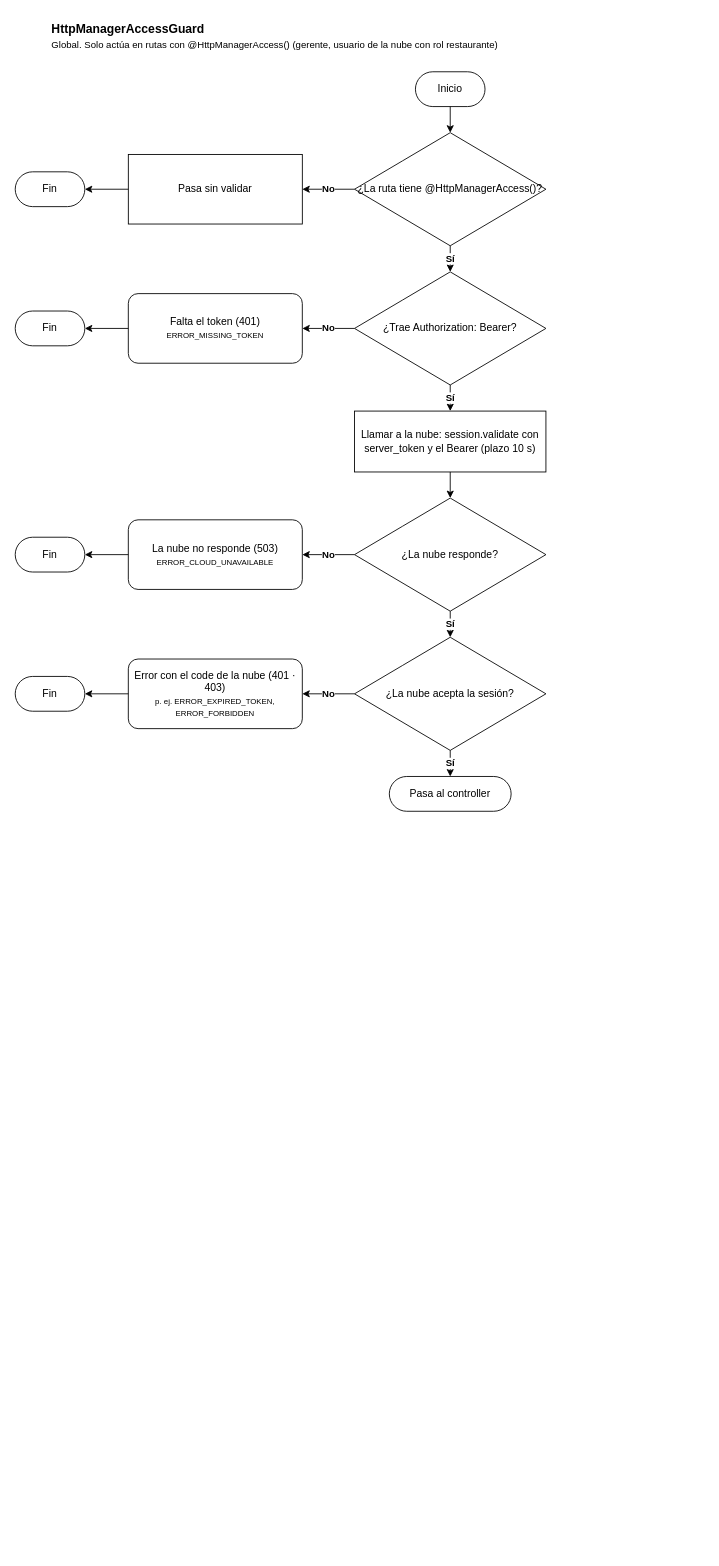
The draw.io diagram documents/diagrams/workflows/common/local/manager-access-guard.drawio in Andry510/miyabi-restaurant-server, before the edit. Source tidied: cells renumbered, new cells numbered last; positions are measured from the earlier drawing's top-left corner, leaving out a move shared by most shapes. Both pictures are drawn from the tidied source at 87%, with x=0, y=0 at pixel (15, 15).
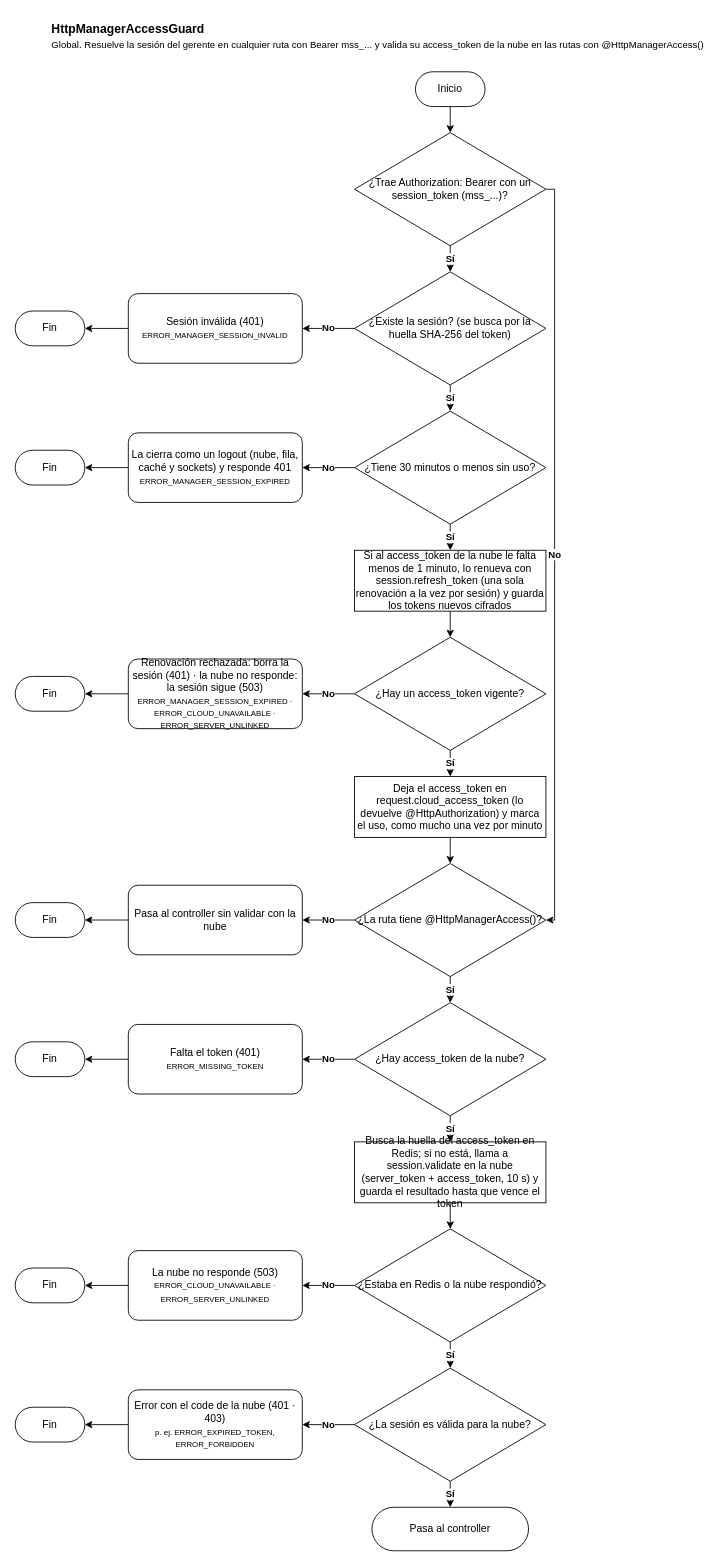
The same diagram, later.

Diff of the diagram source:
```diff
@@
-    <mxCell id="2" value="HttpManagerAccessGuard&lt;br&gt;&lt;span style=&quot;font-size: 11px; font-weight: normal;&quot;&gt;Global. Solo actúa en rutas con @HttpManagerAccess() (gerente, usuario de la nube con rol restaurante)&lt;/span&gt;" style="text;html=1;align=left;verticalAlign=middle;fontStyle=1;fontSize=14;" parent="1" vertex="1">
+    <mxCell id="2" value="HttpManagerAccessGuard&lt;br&gt;&lt;span style=&quot;font-size: 11px; font-weight: normal;&quot;&gt;Global. Resuelve la sesión del gerente en cualquier ruta con Bearer mss_... y valida su access_token de la nube en las rutas con @HttpManagerAccess()&lt;/span&gt;" style="text;html=1;align=left;verticalAlign=middle;fontStyle=1;fontSize=14;" parent="1" vertex="1">
       <mxGeometry x="40" width="680" height="48" as="geometry" />
     </mxCell>
@@
-    <mxCell id="4" value="¿La ruta tiene @HttpManagerAccess()?" style="rhombus;whiteSpace=wrap;html=1;rounded=1;arcSize=0;" parent="1" vertex="1">
+    <mxCell id="4" value="¿Trae Authorization: Bearer con un session_token (mss_...)?" style="rhombus;whiteSpace=wrap;html=1;rounded=1;arcSize=0;" parent="1" vertex="1">
       <mxGeometry x="390" y="135" width="220" height="130" as="geometry" />
     </mxCell>
@@
-    <mxCell id="6" value="Pasa sin validar" style="rounded=0;whiteSpace=wrap;html=1;arcSize=14;" parent="1" vertex="1">
-      <mxGeometry x="130" y="160" width="200" height="80" as="geometry" />
+    <mxCell id="6" value="¿Existe la sesión? (se busca por la huella SHA-256 del token)" style="rhombus;whiteSpace=wrap;html=1;rounded=1;arcSize=0;" parent="1" vertex="1">
+      <mxGeometry x="390" y="295" width="220" height="130" as="geometry" />
     </mxCell>
-    <mxCell id="7" value="Fin" style="rounded=1;whiteSpace=wrap;html=1;arcSize=50;" parent="1" vertex="1">
-      <mxGeometry y="180" width="80" height="40" as="geometry" />
+    <mxCell id="7" value="Sí" style="edgeStyle=orthogonalEdgeStyle;rounded=0;html=1;fontStyle=1;" parent="1" edge="1" source="4" target="6">
+      <mxGeometry relative="1" as="geometry" />
     </mxCell>
-    <mxCell id="8" value="No" style="edgeStyle=orthogonalEdgeStyle;rounded=0;html=1;fontStyle=1;exitX=0;exitY=0.5;entryX=1;entryY=0.5;" parent="1" edge="1" source="4" target="6">
-      <mxGeometry relative="1" as="geometry" />
+    <mxCell id="8" value="Sesión inválida (401)&lt;br&gt;&lt;font style=&quot;font-size: 9px;&quot;&gt;ERROR_MANAGER_SESSION_INVALID&lt;/font&gt;" style="rounded=1;whiteSpace=wrap;html=1;arcSize=14;" parent="1" vertex="1">
+      <mxGeometry x="130" y="320" width="200" height="80" as="geometry" />
     </mxCell>
-    <mxCell id="9" style="edgeStyle=orthogonalEdgeStyle;rounded=0;html=1;" parent="1" edge="1" source="6" target="7">
-      <mxGeometry relative="1" as="geometry" />
+    <mxCell id="9" value="Fin" style="rounded=1;whiteSpace=wrap;html=1;arcSize=50;" parent="1" vertex="1">
+      <mxGeometry y="340" width="80" height="40" as="geometry" />
     </mxCell>
-    <mxCell id="10" value="¿Trae Authorization: Bearer?" style="rhombus;whiteSpace=wrap;html=1;rounded=1;arcSize=0;" parent="1" vertex="1">
-      <mxGeometry x="390" y="295" width="220" height="130" as="geometry" />
+    <mxCell id="10" value="No" style="edgeStyle=orthogonalEdgeStyle;rounded=0;html=1;fontStyle=1;exitX=0;exitY=0.5;entryX=1;entryY=0.5;" parent="1" edge="1" source="6" target="8">
+      <mxGeometry relative="1" as="geometry" />
     </mxCell>
-    <mxCell id="11" value="Sí" style="edgeStyle=orthogonalEdgeStyle;rounded=0;html=1;fontStyle=1;" parent="1" edge="1" source="4" target="10">
+    <mxCell id="11" style="edgeStyle=orthogonalEdgeStyle;rounded=0;html=1;" parent="1" edge="1" source="8" target="9">
       <mxGeometry relative="1" as="geometry" />
     </mxCell>
-    <mxCell id="12" value="Falta el token (401)&lt;br&gt;&lt;font style=&quot;font-size: 9px;&quot;&gt;ERROR_MISSING_TOKEN&lt;/font&gt;" style="rounded=1;whiteSpace=wrap;html=1;arcSize=14;" parent="1" vertex="1">
-      <mxGeometry x="130" y="320" width="200" height="80" as="geometry" />
+    <mxCell id="12" value="¿Tiene 30 minutos o menos sin uso?" style="rhombus;whiteSpace=wrap;html=1;rounded=1;arcSize=0;" parent="1" vertex="1">
+      <mxGeometry x="390" y="455" width="220" height="130" as="geometry" />
     </mxCell>
-    <mxCell id="13" value="Fin" style="rounded=1;whiteSpace=wrap;html=1;arcSize=50;" parent="1" vertex="1">
-      <mxGeometry y="340" width="80" height="40" as="geometry" />
+    <mxCell id="13" value="Sí" style="edgeStyle=orthogonalEdgeStyle;rounded=0;html=1;fontStyle=1;" parent="1" edge="1" source="6" target="12">
+      <mxGeometry relative="1" as="geometry" />
     </mxCell>
-    <mxCell id="14" value="No" style="edgeStyle=orthogonalEdgeStyle;rounded=0;html=1;fontStyle=1;exitX=0;exitY=0.5;entryX=1;entryY=0.5;" parent="1" edge="1" source="10" target="12">
-      <mxGeometry relative="1" as="geometry" />
+    <mxCell id="14" value="La cierra como un logout (nube, fila, caché y sockets) y responde 401&lt;br&gt;&lt;font style=&quot;font-size: 9px;&quot;&gt;ERROR_MANAGER_SESSION_EXPIRED&lt;/font&gt;" style="rounded=1;whiteSpace=wrap;html=1;arcSize=14;" parent="1" vertex="1">
+      <mxGeometry x="130" y="480" width="200" height="80" as="geometry" />
     </mxCell>
-    <mxCell id="15" style="edgeStyle=orthogonalEdgeStyle;rounded=0;html=1;" parent="1" edge="1" source="12" target="13">
-      <mxGeometry relative="1" as="geometry" />
+    <mxCell id="15" value="Fin" style="rounded=1;whiteSpace=wrap;html=1;arcSize=50;" parent="1" vertex="1">
+      <mxGeometry y="500" width="80" height="40" as="geometry" />
     </mxCell>
-    <mxCell id="16" value="Llamar a la nube: session.validate con server_token y el Bearer (plazo 10 s)" style="rounded=0;whiteSpace=wrap;html=1;" parent="1" vertex="1">
-      <mxGeometry x="390" y="455" width="220" height="70" as="geometry" />
+    <mxCell id="16" value="No" style="edgeStyle=orthogonalEdgeStyle;rounded=0;html=1;fontStyle=1;exitX=0;exitY=0.5;entryX=1;entryY=0.5;" parent="1" edge="1" source="12" target="14">
+      <mxGeometry relative="1" as="geometry" />
     </mxCell>
-    <mxCell id="17" value="Sí" style="edgeStyle=orthogonalEdgeStyle;rounded=0;html=1;fontStyle=1;" parent="1" edge="1" source="10" target="16">
+    <mxCell id="17" style="edgeStyle=orthogonalEdgeStyle;rounded=0;html=1;" parent="1" edge="1" source="14" target="15">
       <mxGeometry relative="1" as="geometry" />
     </mxCell>
-    <mxCell id="18" value="¿La nube responde?" style="rhombus;whiteSpace=wrap;html=1;rounded=1;arcSize=0;" parent="1" vertex="1">
-      <mxGeometry x="390" y="555" width="220" height="130" as="geometry" />
+    <mxCell id="18" value="Si al access_token de la nube le falta menos de 1 minuto, lo renueva con session.refresh_token (una sola renovación a la vez por sesión) y guarda los tokens nuevos cifrados" style="rounded=0;whiteSpace=wrap;html=1;" parent="1" vertex="1">
+      <mxGeometry x="390" y="615" width="220" height="70" as="geometry" />
     </mxCell>
-    <mxCell id="19" style="edgeStyle=orthogonalEdgeStyle;rounded=0;html=1;fontStyle=1;" parent="1" edge="1" source="16" target="18">
+    <mxCell id="19" value="Sí" style="edgeStyle=orthogonalEdgeStyle;rounded=0;html=1;fontStyle=1;" parent="1" edge="1" source="12" target="18">
       <mxGeometry relative="1" as="geometry" />
     </mxCell>
-    <mxCell id="20" value="La nube no responde (503)&lt;br&gt;&lt;font style=&quot;font-size: 9px;&quot;&gt;ERROR_CLOUD_UNAVAILABLE&lt;/font&gt;" style="rounded=1;whiteSpace=wrap;html=1;arcSize=14;" parent="1" vertex="1">
-      <mxGeometry x="130" y="580" width="200" height="80" as="geometry" />
+    <mxCell id="20" value="¿Hay un access_token vigente?" style="rhombus;whiteSpace=wrap;html=1;rounded=1;arcSize=0;" parent="1" vertex="1">
+      <mxGeometry x="390" y="715" width="220" height="130" as="geometry" />
     </mxCell>
-    <mxCell id="21" value="Fin" style="rounded=1;whiteSpace=wrap;html=1;arcSize=50;" parent="1" vertex="1">
-      <mxGeometry y="600" width="80" height="40" as="geometry" />
+    <mxCell id="21" style="edgeStyle=orthogonalEdgeStyle;rounded=0;html=1;fontStyle=1;" parent="1" edge="1" source="18" target="20">
+      <mxGeometry relative="1" as="geometry" />
     </mxCell>
-    <mxCell id="22" value="No" style="edgeStyle=orthogonalEdgeStyle;rounded=0;html=1;fontStyle=1;exitX=0;exitY=0.5;entryX=1;entryY=0.5;" parent="1" edge="1" source="18" target="20">
-      <mxGeometry relative="1" as="geometry" />
+    <mxCell id="22" value="Renovación rechazada: borra la sesión (401) · la nube no responde: la sesión sigue (503)&lt;br&gt;&lt;font style=&quot;font-size: 9px;&quot;&gt;ERROR_MANAGER_SESSION_EXPIRED · ERROR_CLOUD_UNAVAILABLE · ERROR_SERVER_UNLINKED&lt;/font&gt;" style="rounded=1;whiteSpace=wrap;html=1;arcSize=14;" parent="1" vertex="1">
+      <mxGeometry x="130" y="740" width="200" height="80" as="geometry" />
     </mxCell>
-    <mxCell id="23" style="edgeStyle=orthogonalEdgeStyle;rounded=0;html=1;" parent="1" edge="1" source="20" target="21">
-      <mxGeometry relative="1" as="geometry" />
+    <mxCell id="23" value="Fin" style="rounded=1;whiteSpace=wrap;html=1;arcSize=50;" parent="1" vertex="1">
+      <mxGeometry y="760" width="80" height="40" as="geometry" />
     </mxCell>
-    <mxCell id="24" value="¿La nube acepta la sesión?" style="rhombus;whiteSpace=wrap;html=1;rounded=1;arcSize=0;" parent="1" vertex="1">
-      <mxGeometry x="390" y="715" width="220" height="130" as="geometry" />
+    <mxCell id="24" value="No" style="edgeStyle=orthogonalEdgeStyle;rounded=0;html=1;fontStyle=1;exitX=0;exitY=0.5;entryX=1;entryY=0.5;" parent="1" edge="1" source="20" target="22">
+      <mxGeometry relative="1" as="geometry" />
     </mxCell>
-    <mxCell id="25" value="Sí" style="edgeStyle=orthogonalEdgeStyle;rounded=0;html=1;fontStyle=1;" parent="1" edge="1" source="18" target="24">
+    <mxCell id="25" style="edgeStyle=orthogonalEdgeStyle;rounded=0;html=1;" parent="1" edge="1" source="22" target="23">
       <mxGeometry relative="1" as="geometry" />
     </mxCell>
-    <mxCell id="26" value="Error con el code de la nube (401 · 403)&lt;br&gt;&lt;font style=&quot;font-size: 9px;&quot;&gt;p. ej. ERROR_EXPIRED_TOKEN, ERROR_FORBIDDEN&lt;/font&gt;" style="rounded=1;whiteSpace=wrap;html=1;arcSize=14;" parent="1" vertex="1">
-      <mxGeometry x="130" y="740" width="200" height="80" as="geometry" />
+    <mxCell id="26" value="Deja el access_token en request.cloud_access_token (lo devuelve @HttpAuthorization) y marca el uso, como mucho una vez por minuto" style="rounded=0;whiteSpace=wrap;html=1;" parent="1" vertex="1">
+      <mxGeometry x="390" y="875" width="220" height="70" as="geometry" />
     </mxCell>
-    <mxCell id="27" value="Fin" style="rounded=1;whiteSpace=wrap;html=1;arcSize=50;" parent="1" vertex="1">
-      <mxGeometry y="760" width="80" height="40" as="geometry" />
+    <mxCell id="27" value="Sí" style="edgeStyle=orthogonalEdgeStyle;rounded=0;html=1;fontStyle=1;" parent="1" edge="1" source="20" target="26">
+      <mxGeometry relative="1" as="geometry" />
     </mxCell>
-    <mxCell id="28" value="No" style="edgeStyle=orthogonalEdgeStyle;rounded=0;html=1;fontStyle=1;exitX=0;exitY=0.5;entryX=1;entryY=0.5;" parent="1" edge="1" source="24" target="26">
-      <mxGeometry relative="1" as="geometry" />
+    <mxCell id="28" value="¿La ruta tiene @HttpManagerAccess()?" style="rhombus;whiteSpace=wrap;html=1;rounded=1;arcSize=0;" parent="1" vertex="1">
+      <mxGeometry x="390" y="975" width="220" height="130" as="geometry" />
     </mxCell>
-    <mxCell id="29" style="edgeStyle=orthogonalEdgeStyle;rounded=0;html=1;" parent="1" edge="1" source="26" target="27">
+    <mxCell id="29" style="edgeStyle=orthogonalEdgeStyle;rounded=0;html=1;fontStyle=1;" parent="1" edge="1" source="26" target="28">
       <mxGeometry relative="1" as="geometry" />
     </mxCell>
-    <mxCell id="30" value="Pasa al controller" style="rounded=1;whiteSpace=wrap;html=1;arcSize=50;" parent="1" vertex="1">
-      <mxGeometry x="430" y="875" width="140" height="40" as="geometry" />
+    <mxCell id="30" value="Pasa al controller sin validar con la nube" style="rounded=1;whiteSpace=wrap;html=1;arcSize=14;" parent="1" vertex="1">
+      <mxGeometry x="130" y="1000" width="200" height="80" as="geometry" />
     </mxCell>
-    <mxCell id="31" value="Sí" style="edgeStyle=orthogonalEdgeStyle;rounded=0;html=1;fontStyle=1;" parent="1" edge="1" source="24" target="30">
-      <mxGeometry relative="1" as="geometry" />
+    <mxCell id="31" value="Fin" style="rounded=1;whiteSpace=wrap;html=1;arcSize=50;" parent="1" vertex="1">
+      <mxGeometry y="1020" width="80" height="40" as="geometry" />
     </mxCell>
+    <mxCell id="32" value="No" style="edgeStyle=orthogonalEdgeStyle;rounded=0;html=1;fontStyle=1;exitX=0;exitY=0.5;entryX=1;entryY=0.5;" parent="1" edge="1" source="28" target="30">
+      <mxGeometry relative="1" as="geometry" />
+    </mxCell>
+    <mxCell id="33" style="edgeStyle=orthogonalEdgeStyle;rounded=0;html=1;" parent="1" edge="1" source="30" target="31">
+      <mxGeometry relative="1" as="geometry" />
+    </mxCell>
+    <mxCell id="34" value="¿Hay access_token de la nube?" style="rhombus;whiteSpace=wrap;html=1;rounded=1;arcSize=0;" parent="1" vertex="1">
+      <mxGeometry x="390" y="1135" width="220" height="130" as="geometry" />
+    </mxCell>
+    <mxCell id="35" value="Sí" style="edgeStyle=orthogonalEdgeStyle;rounded=0;html=1;fontStyle=1;" parent="1" edge="1" source="28" target="34">
+      <mxGeometry relative="1" as="geometry" />
+    </mxCell>
+    <mxCell id="36" value="Falta el token (401)&lt;br&gt;&lt;font style=&quot;font-size: 9px;&quot;&gt;ERROR_MISSING_TOKEN&lt;/font&gt;" style="rounded=1;whiteSpace=wrap;html=1;arcSize=14;" parent="1" vertex="1">
+      <mxGeometry x="130" y="1160" width="200" height="80" as="geometry" />
+    </mxCell>
+    <mxCell id="37" value="Fin" style="rounded=1;whiteSpace=wrap;html=1;arcSize=50;" parent="1" vertex="1">
+      <mxGeometry y="1180" width="80" height="40" as="geometry" />
+    </mxCell>
+    <mxCell id="38" value="No" style="edgeStyle=orthogonalEdgeStyle;rounded=0;html=1;fontStyle=1;exitX=0;exitY=0.5;entryX=1;entryY=0.5;" parent="1" edge="1" source="34" target="36">
+      <mxGeometry relative="1" as="geometry" />
+    </mxCell>
+    <mxCell id="39" style="edgeStyle=orthogonalEdgeStyle;rounded=0;html=1;" parent="1" edge="1" source="36" target="37">
+      <mxGeometry relative="1" as="geometry" />
+    </mxCell>
+    <mxCell id="40" value="Busca la huella del access_token en Redis; si no está, llama a session.validate en la nube (server_token + access_token, 10 s) y guarda el resultado hasta que vence el token" style="rounded=0;whiteSpace=wrap;html=1;" parent="1" vertex="1">
+      <mxGeometry x="390" y="1295" width="220" height="70" as="geometry" />
+    </mxCell>
+    <mxCell id="41" value="Sí" style="edgeStyle=orthogonalEdgeStyle;rounded=0;html=1;fontStyle=1;" parent="1" edge="1" source="34" target="40">
+      <mxGeometry relative="1" as="geometry" />
+    </mxCell>
+    <mxCell id="42" value="¿Estaba en Redis o la nube respondió?" style="rhombus;whiteSpace=wrap;html=1;rounded=1;arcSize=0;" parent="1" vertex="1">
+      <mxGeometry x="390" y="1395" width="220" height="130" as="geometry" />
+    </mxCell>
+    <mxCell id="43" style="edgeStyle=orthogonalEdgeStyle;rounded=0;html=1;fontStyle=1;" parent="1" edge="1" source="40" target="42">
+      <mxGeometry relative="1" as="geometry" />
+    </mxCell>
+    <mxCell id="44" value="La nube no responde (503)&lt;br&gt;&lt;font style=&quot;font-size: 9px;&quot;&gt;ERROR_CLOUD_UNAVAILABLE · ERROR_SERVER_UNLINKED&lt;/font&gt;" style="rounded=1;whiteSpace=wrap;html=1;arcSize=14;" parent="1" vertex="1">
+      <mxGeometry x="130" y="1420" width="200" height="80" as="geometry" />
+    </mxCell>
+    <mxCell id="45" value="Fin" style="rounded=1;whiteSpace=wrap;html=1;arcSize=50;" parent="1" vertex="1">
+      <mxGeometry y="1440" width="80" height="40" as="geometry" />
+    </mxCell>
+    <mxCell id="46" value="No" style="edgeStyle=orthogonalEdgeStyle;rounded=0;html=1;fontStyle=1;exitX=0;exitY=0.5;entryX=1;entryY=0.5;" parent="1" edge="1" source="42" target="44">
+      <mxGeometry relative="1" as="geometry" />
+    </mxCell>
+    <mxCell id="47" style="edgeStyle=orthogonalEdgeStyle;rounded=0;html=1;" parent="1" edge="1" source="44" target="45">
+      <mxGeometry relative="1" as="geometry" />
+    </mxCell>
+    <mxCell id="48" value="¿La sesión es válida para la nube?" style="rhombus;whiteSpace=wrap;html=1;rounded=1;arcSize=0;" parent="1" vertex="1">
+      <mxGeometry x="390" y="1555" width="220" height="130" as="geometry" />
+    </mxCell>
+    <mxCell id="49" value="Sí" style="edgeStyle=orthogonalEdgeStyle;rounded=0;html=1;fontStyle=1;" parent="1" edge="1" source="42" target="48">
+      <mxGeometry relative="1" as="geometry" />
+    </mxCell>
+    <mxCell id="50" value="Error con el code de la nube (401 · 403)&lt;br&gt;&lt;font style=&quot;font-size: 9px;&quot;&gt;p. ej. ERROR_EXPIRED_TOKEN, ERROR_FORBIDDEN&lt;/font&gt;" style="rounded=1;whiteSpace=wrap;html=1;arcSize=14;" parent="1" vertex="1">
+      <mxGeometry x="130" y="1580" width="200" height="80" as="geometry" />
+    </mxCell>
+    <mxCell id="51" value="Fin" style="rounded=1;whiteSpace=wrap;html=1;arcSize=50;" parent="1" vertex="1">
+      <mxGeometry y="1600" width="80" height="40" as="geometry" />
+    </mxCell>
+    <mxCell id="52" value="No" style="edgeStyle=orthogonalEdgeStyle;rounded=0;html=1;fontStyle=1;exitX=0;exitY=0.5;entryX=1;entryY=0.5;" parent="1" edge="1" source="48" target="50">
+      <mxGeometry relative="1" as="geometry" />
+    </mxCell>
+    <mxCell id="53" style="edgeStyle=orthogonalEdgeStyle;rounded=0;html=1;" parent="1" edge="1" source="50" target="51">
+      <mxGeometry relative="1" as="geometry" />
+    </mxCell>
+    <mxCell id="54" value="Pasa al controller" style="rounded=1;whiteSpace=wrap;html=1;arcSize=50;" parent="1" vertex="1">
+      <mxGeometry x="410" y="1715" width="180" height="50" as="geometry" />
+    </mxCell>
+    <mxCell id="55" value="Sí" style="edgeStyle=orthogonalEdgeStyle;rounded=0;html=1;fontStyle=1;" parent="1" edge="1" source="48" target="54">
+      <mxGeometry relative="1" as="geometry" />
+    </mxCell>
+    <mxCell id="56" value="No" style="edgeStyle=orthogonalEdgeStyle;rounded=0;html=1;fontStyle=1;exitX=1;exitY=0.5;entryX=1;entryY=0.5;" parent="1" edge="1" source="4" target="28">
+      <mxGeometry relative="1" as="geometry" />
+    </mxCell>
```
